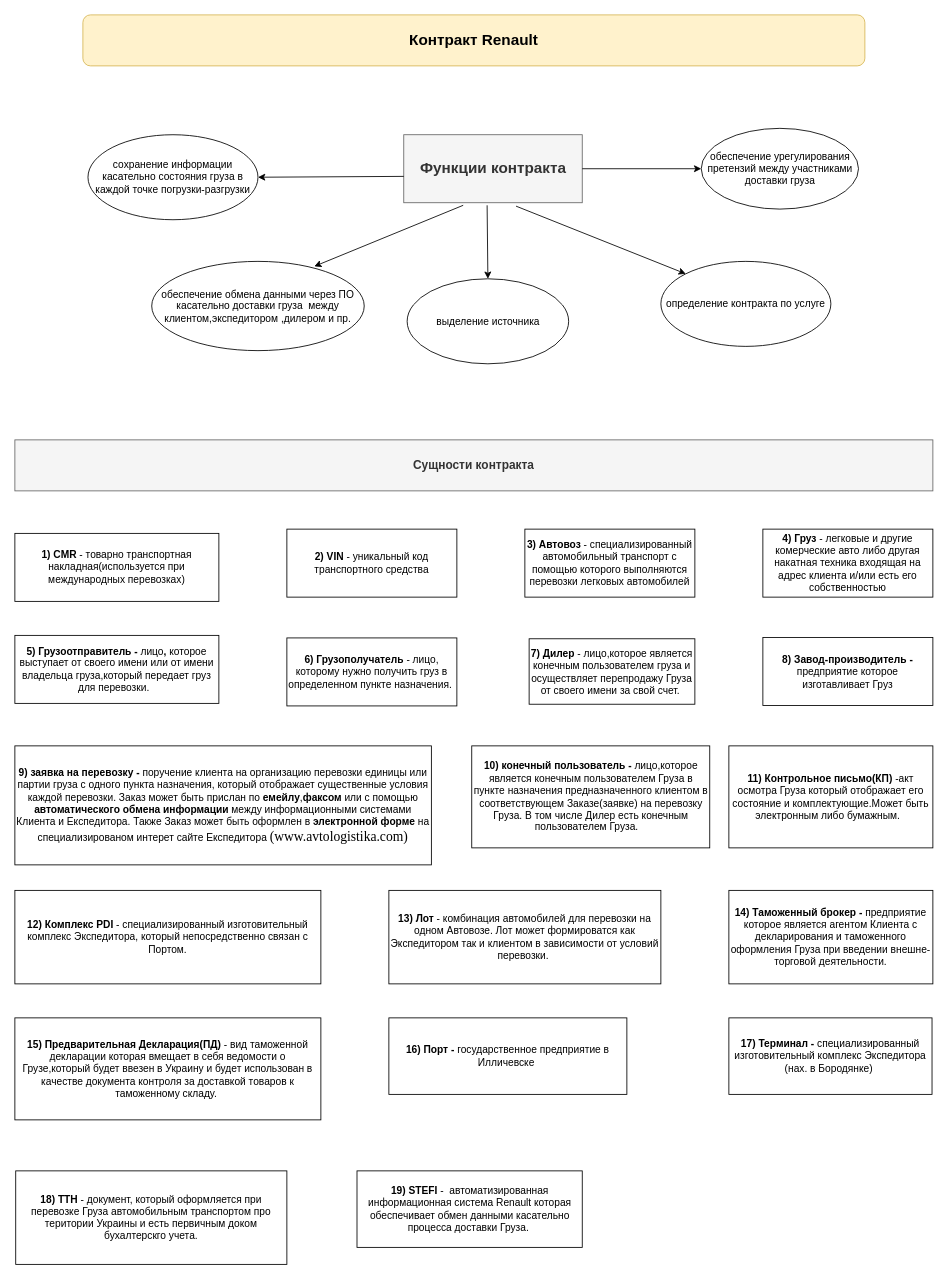
The draw.io diagram Contract functions.drawio in annastazi02/diagrams, before the edit. Source tidied: cells renumbered, new cells numbered last; positions are measured from the earlier drawing's top-left corner, leaving out a move shared by most shapes. Both pictures are drawn from the tidied source at 85%, with x=0, y=0 at pixel (14, 14).
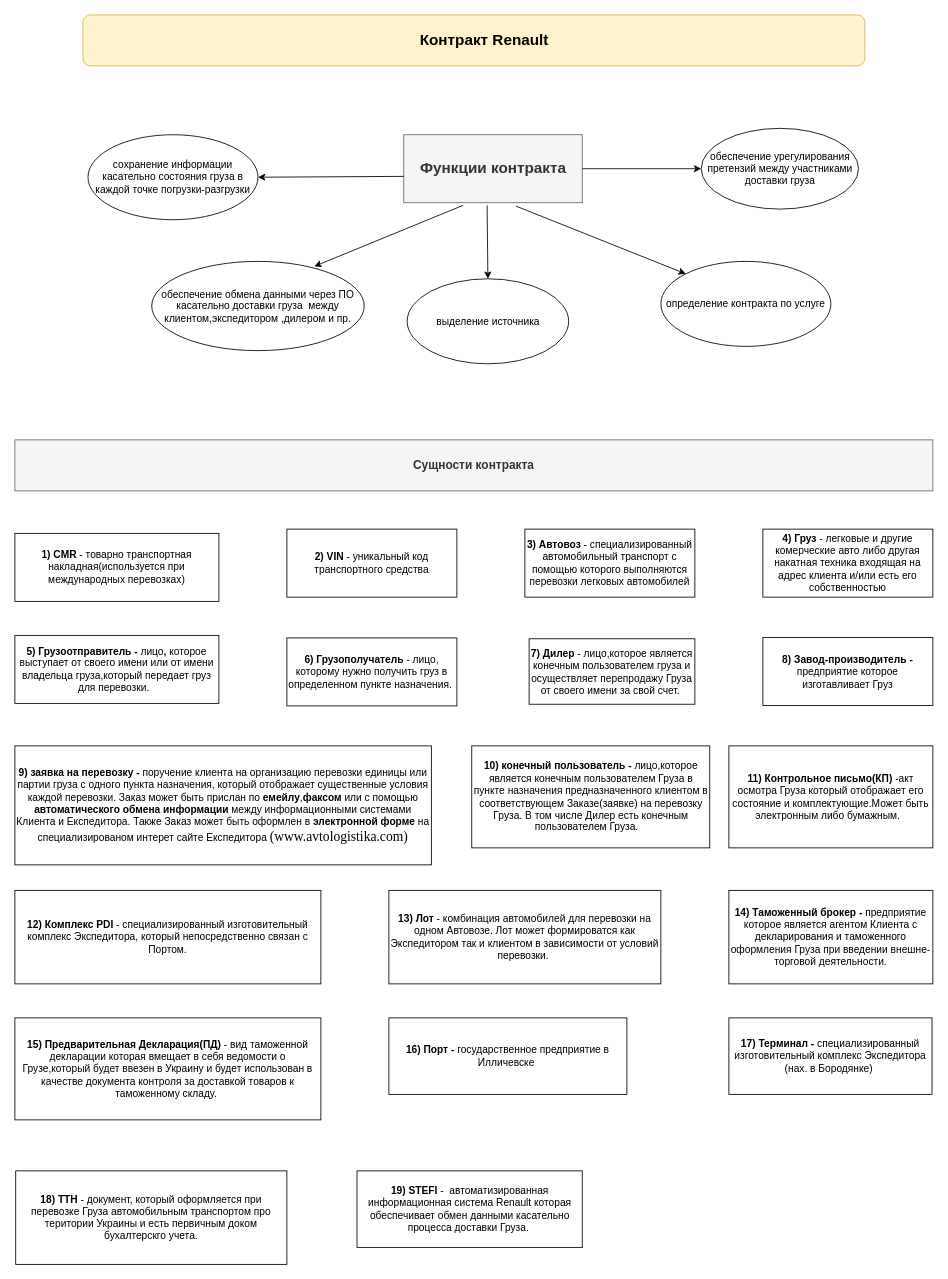
The same diagram, later.

What changed in the source:
```diff
@@
-    <mxCell id="20" value="&lt;font style=&quot;font-size: 18px&quot;&gt;&lt;b&gt;Контракт Renault&lt;/b&gt;&lt;/font&gt;" style="rounded=1;whiteSpace=wrap;html=1;fillColor=#fff2cc;strokeColor=#d6b656;" parent="1" vertex="1">
+    <mxCell id="20" value="&lt;font style=&quot;font-size: 18px&quot;&gt;&lt;b&gt;&amp;nbsp; &amp;nbsp; &amp;nbsp;Контракт Renault&lt;/b&gt;&lt;/font&gt;" style="rounded=1;whiteSpace=wrap;html=1;fillColor=#fff2cc;strokeColor=#d6b656;" parent="1" vertex="1">
       <mxGeometry x="80" width="920" height="60" as="geometry" />
     </mxCell>
```
